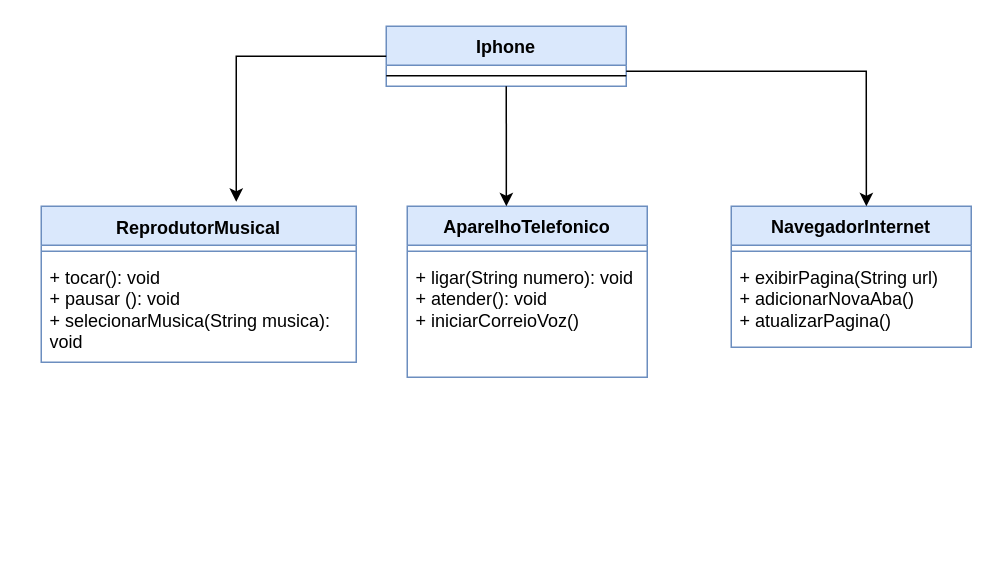
Earlier version of the draw.io diagram java/src/projeto/modelagem_iphone/iphone_uml.drawio (Vagner-Alves/java). Source tidied: cells renumbered, new cells numbered last; positions are measured from the earlier drawing's top-left corner, leaving out a move shared by most shapes. Both pictures are drawn from the tidied source at 150%, with x=0, y=0 at pixel (40, 26).
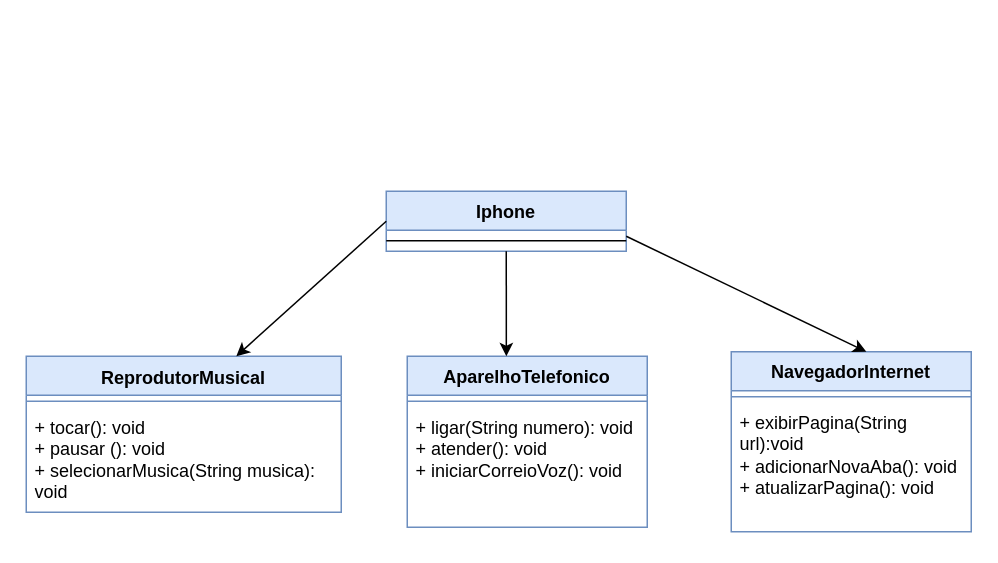
Above is the later version.

Commit message (it also covers changes not shown here):
iphone modelagem

The edit, as a diff of the source:
```diff
@@
 <mxGraphModel>
   <root>
     <mxCell id="0" />
     <mxCell id="1" parent="0" />
     <mxCell id="2" value="Iphone" style="swimlane;fontStyle=1;align=center;verticalAlign=top;horizontal=1;startSize=26;whiteSpace=wrap;html=1;fillColor=#dae8fc;strokeColor=#6c8ebf;" parent="1" vertex="1">
-      <mxGeometry x="230" width="160" height="40" as="geometry" />
+      <mxGeometry x="230" y="110" width="160" height="40" as="geometry" />
     </mxCell>
     <mxCell id="3" style="line;strokeWidth=1;align=left;verticalAlign=middle;spacingTop=-1;spacingLeft=3;spacingRight=3;labelPosition=right;" parent="2" vertex="1">
       <mxGeometry y="26" width="160" height="14" as="geometry" />
     </mxCell>
     <mxCell id="4" value="ReprodutorMusical" style="swimlane;fontStyle=1;align=center;verticalAlign=top;horizontal=1;startSize=26;whiteSpace=wrap;html=1;strokeWidth=1;spacing=3;fillColor=#dae8fc;strokeColor=#6c8ebf;" parent="1" vertex="1">
-      <mxGeometry y="120" width="210" height="104" as="geometry" />
+      <mxGeometry x="-10" y="220" width="210" height="104" as="geometry" />
     </mxCell>
     <mxCell id="5" style="line;strokeWidth=1;fillColor=none;align=left;verticalAlign=middle;spacingTop=-1;spacingLeft=3;spacingRight=3;labelPosition=right;strokeColor=inherit;" parent="4" vertex="1">
       <mxGeometry y="26" width="210" height="8" as="geometry" />
     </mxCell>
     <mxCell id="6" value="&lt;div&gt;+ tocar(): void&lt;/div&gt;&lt;div&gt;+ pausar (): void&lt;/div&gt;&lt;div&gt;+ selecionarMusica(String musica): void&lt;/div&gt;" style="text;strokeColor=none;fillColor=none;align=left;verticalAlign=top;spacingLeft=4;spacingRight=4;overflow=hidden;whiteSpace=wrap;html=1;" parent="4" vertex="1">
       <mxGeometry y="34" width="210" height="70" as="geometry" />
     </mxCell>
     <mxCell id="7" value="AparelhoTelefonico" style="swimlane;fontStyle=1;align=center;verticalAlign=top;horizontal=1;startSize=26;whiteSpace=wrap;html=1;fillColor=#dae8fc;strokeColor=#6c8ebf;" parent="1" vertex="1">
-      <mxGeometry x="244" y="120" width="160" height="114" as="geometry" />
+      <mxGeometry x="244" y="220" width="160" height="114" as="geometry" />
     </mxCell>
     <mxCell id="8" style="line;strokeWidth=1;fillColor=none;align=left;verticalAlign=middle;spacingTop=-1;spacingLeft=3;spacingRight=3;labelPosition=right;strokeColor=inherit;" parent="7" vertex="1">
       <mxGeometry y="26" width="160" height="8" as="geometry" />
     </mxCell>
-    <mxCell id="9" value="+ ligar(String numero): void&lt;div&gt;+ atender(): void&lt;/div&gt;&lt;div&gt;+ iniciarCorreioVoz()&lt;/div&gt;" style="text;strokeColor=none;fillColor=none;align=left;verticalAlign=top;spacingLeft=4;spacingRight=4;overflow=hidden;whiteSpace=wrap;html=1;" parent="7" vertex="1">
+    <mxCell id="9" value="+ ligar(String numero): void&lt;div&gt;+ atender(): void&lt;/div&gt;&lt;div&gt;+ iniciarCorreioVoz(): void&lt;/div&gt;" style="text;strokeColor=none;fillColor=none;align=left;verticalAlign=top;spacingLeft=4;spacingRight=4;overflow=hidden;whiteSpace=wrap;html=1;" parent="7" vertex="1">
       <mxGeometry y="34" width="160" height="80" as="geometry" />
     </mxCell>
     <mxCell id="10" value="NavegadorInternet" style="swimlane;fontStyle=1;align=center;verticalAlign=top;horizontal=1;startSize=26;whiteSpace=wrap;html=1;fillColor=#dae8fc;strokeColor=#6c8ebf;" parent="1" vertex="1">
-      <mxGeometry x="460" y="120" width="160" height="94" as="geometry" />
+      <mxGeometry x="460" y="217" width="160" height="120" as="geometry" />
     </mxCell>
     <mxCell id="11" style="line;strokeWidth=1;fillColor=none;align=left;verticalAlign=middle;spacingTop=-1;spacingLeft=3;spacingRight=3;labelPosition=right;strokeColor=inherit;" parent="10" vertex="1">
       <mxGeometry y="26" width="160" height="8" as="geometry" />
     </mxCell>
-    <mxCell id="12" value="+ exibirPagina(String url)&lt;div&gt;+ adicionarNovaAba()&lt;/div&gt;&lt;div&gt;+ atualizarPagina()&lt;/div&gt;" style="text;strokeColor=none;fillColor=none;align=left;verticalAlign=top;spacingLeft=4;spacingRight=4;overflow=hidden;whiteSpace=wrap;html=1;" parent="10" vertex="1">
-      <mxGeometry y="34" width="160" height="60" as="geometry" />
+    <mxCell id="12" value="+ exibirPagina(String url):void&lt;div&gt;+ adicionarNovaAba(): void&lt;/div&gt;&lt;div&gt;+ atualizarPagina(): void&lt;/div&gt;" style="text;strokeColor=none;fillColor=none;align=left;verticalAlign=top;spacingLeft=4;spacingRight=4;overflow=hidden;whiteSpace=wrap;html=1;" parent="10" vertex="1">
+      <mxGeometry y="34" width="160" height="86" as="geometry" />
     </mxCell>
-    <mxCell id="13" style="endArrow=classic;html=1;rounded=0;exitX=0;exitY=0.5;exitDx=0;exitDy=0;" parent="1" edge="1" source="2">
-      <mxGeometry relative="1" as="geometry">
-        <mxPoint x="130" y="117" as="targetPoint" />
-        <Array as="points">
-          <mxPoint x="130" y="20" />
-        </Array>
-      </mxGeometry>
+    <mxCell id="13" style="endArrow=classic;html=1;rounded=0;exitX=0;exitY=0.5;exitDx=0;exitDy=0;entryX=0.667;entryY=0;entryDx=0;entryDy=0;entryPerimeter=0;" parent="1" edge="1" source="2" target="4">
+      <mxGeometry relative="1" as="geometry" />
     </mxCell>
     <mxCell id="14" style="endArrow=classic;html=1;rounded=0;exitX=0.5;exitY=1;exitDx=0;exitDy=0;entryX=0.413;entryY=0;entryDx=0;entryDy=0;entryPerimeter=0;" parent="1" edge="1" source="2" target="7">
       <mxGeometry relative="1" as="geometry" />
     </mxCell>
     <mxCell id="15" style="endArrow=classic;html=1;rounded=0;exitX=1;exitY=0.75;exitDx=0;exitDy=0;entryX=0.563;entryY=0;entryDx=0;entryDy=0;entryPerimeter=0;" parent="1" edge="1" source="2" target="10">
-      <mxGeometry relative="1" as="geometry">
-        <Array as="points">
-          <mxPoint x="550" y="30" />
-        </Array>
-      </mxGeometry>
+      <mxGeometry relative="1" as="geometry" />
     </mxCell>
   </root>
 </mxGraphModel>
```
